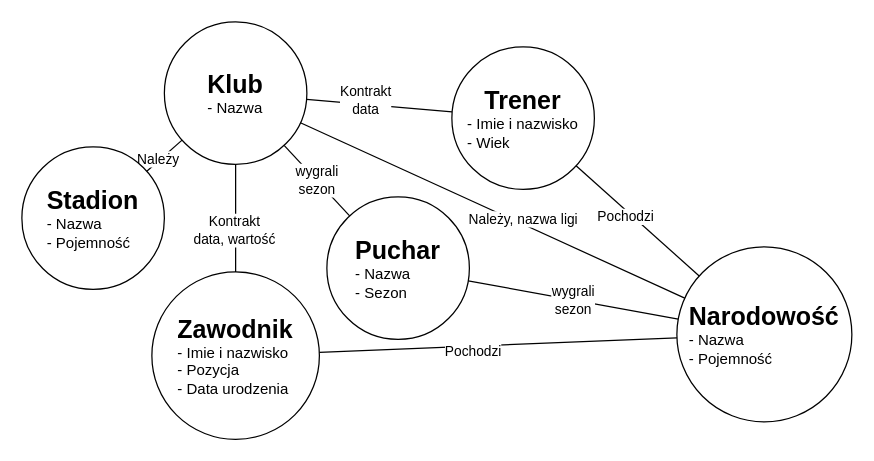
Before: Projekt_pikarski.drawio in albertmazur/scraper_club, a draw.io diagram. Source tidied: cells renumbered, new cells numbered last; positions are measured from the earlier drawing's top-left corner, leaving out a move shared by most shapes. Both pictures are drawn from the tidied source at 125%, with x=0, y=0 at pixel (21, 21).
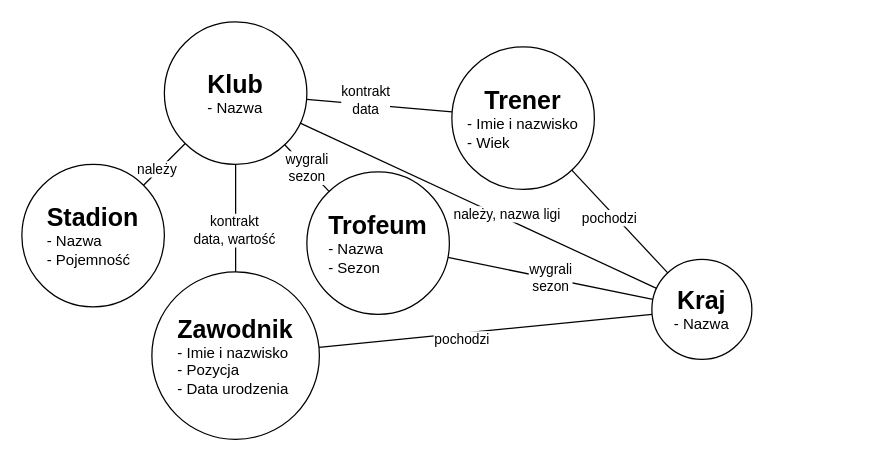
Above is the later version.

Commit message (it also covers changes not shown here):
Dodanie dokuemtacji i poprawki schematu

Unchanged cells that the change refers to:
```xml
<mxCell id="2" style="endArrow=none;html=1;rounded=0;" parent="1" edge="1" source="21" target="20">
  <mxGeometry relative="1" as="geometry" />
</mxCell>
<mxCell id="4" style="endArrow=none;html=1;rounded=0;" parent="1" edge="1" source="21" target="16">
  <mxGeometry relative="1" as="geometry" />
</mxCell>
<mxCell id="7" style="endArrow=none;html=1;rounded=0;" parent="1" edge="1" source="17" target="21">
  <mxGeometry relative="1" as="geometry" />
</mxCell>
<mxCell id="9" style="endArrow=none;html=1;rounded=0;" parent="1" edge="1" source="19" target="21">
  <mxGeometry relative="1" as="geometry" />
</mxCell>
<mxCell id="11" style="endArrow=none;html=1;rounded=0;" parent="1" edge="1" source="16" target="19">
  <mxGeometry relative="1" as="geometry" />
</mxCell>
<mxCell id="13" style="endArrow=none;html=1;rounded=0;" parent="1" edge="1" source="20" target="19">
  <mxGeometry relative="1" as="geometry" />
</mxCell>
```

Change to the diagram source:
```diff
@@
-    <mxCell id="3" value="Kontrakt&lt;br&gt;data" style="edgeLabel;html=1;align=center;verticalAlign=middle;" parent="2" vertex="1">
+    <mxCell id="3" value="kontrakt&lt;br&gt;data" style="edgeLabel;html=1;align=center;verticalAlign=middle;" parent="2" vertex="1">
       <mxGeometry x="-0.2" y="4" relative="1" as="geometry" />
     </mxCell>
@@
-    <mxCell id="5" value="Kontrakt&lt;br&gt;data, wartość" style="edgeLabel;html=1;align=center;verticalAlign=middle;" parent="4" vertex="1">
+    <mxCell id="5" value="kontrakt&lt;br&gt;data, wartość" style="edgeLabel;html=1;align=center;verticalAlign=middle;" parent="4" vertex="1">
       <mxGeometry x="0.2" y="-2" relative="1" as="geometry" />
     </mxCell>
@@
-    <mxCell id="8" value="Należy" style="edgeLabel;html=1;align=center;verticalAlign=middle;" parent="7" vertex="1">
+    <mxCell id="8" value="należy" style="edgeLabel;html=1;align=center;verticalAlign=middle;" parent="7" vertex="1">
       <mxGeometry x="-0.31" y="2" relative="1" as="geometry" />
     </mxCell>
@@
-    <mxCell id="10" value="Należy, nazwa ligi" style="edgeLabel;html=1;align=center;verticalAlign=middle;" parent="9" vertex="1">
+    <mxCell id="10" value="należy, nazwa ligi" style="edgeLabel;html=1;align=center;verticalAlign=middle;" parent="9" vertex="1">
       <mxGeometry x="-0.15" y="-4" relative="1" as="geometry" />
     </mxCell>
@@
-    <mxCell id="12" value="Pochodzi" style="edgeLabel;html=1;align=center;verticalAlign=middle;" parent="11" vertex="1">
+    <mxCell id="12" value="pochodzi" style="edgeLabel;html=1;align=center;verticalAlign=middle;" parent="11" vertex="1">
       <mxGeometry x="-0.15" y="-4" relative="1" as="geometry" />
     </mxCell>
@@
-    <mxCell id="14" value="Pochodzi" style="edgeLabel;html=1;align=center;verticalAlign=middle;" parent="13" vertex="1">
+    <mxCell id="14" value="pochodzi" style="edgeLabel;html=1;align=center;verticalAlign=middle;" parent="13" vertex="1">
       <mxGeometry x="-0.15" y="-4" relative="1" as="geometry" />
     </mxCell>
@@
     <mxCell id="17" value="&lt;b&gt;&lt;font style=&quot;font-size: 20px;&quot;&gt;Stadion&lt;/font&gt;&lt;/b&gt;&lt;br&gt;&lt;div style=&quot;text-align: left;&quot;&gt;&lt;span style=&quot;background-color: initial;&quot;&gt;- Nazwa&lt;/span&gt;&lt;/div&gt;&lt;div style=&quot;text-align: left;&quot;&gt;&lt;span style=&quot;background-color: initial;&quot;&gt;- Pojemność&lt;/span&gt;&lt;/div&gt;" style="ellipse;whiteSpace=wrap;html=1;align=center;" parent="1" vertex="1">
-      <mxGeometry y="100" width="114" height="114" as="geometry" />
+      <mxGeometry y="114" width="114" height="114" as="geometry" />
     </mxCell>
-    <mxCell id="18" value="&lt;b&gt;&lt;font style=&quot;font-size: 20px;&quot;&gt;Puchar&lt;/font&gt;&lt;/b&gt;&lt;br&gt;&lt;div style=&quot;text-align: left;&quot;&gt;&lt;span style=&quot;background-color: initial;&quot;&gt;- Nazwa&lt;/span&gt;&lt;/div&gt;&lt;div style=&quot;text-align: left;&quot;&gt;&lt;span style=&quot;background-color: initial;&quot;&gt;- Sezon&lt;/span&gt;&lt;/div&gt;" style="ellipse;whiteSpace=wrap;html=1;align=center;" parent="1" vertex="1">
-      <mxGeometry x="244" y="140" width="114" height="114" as="geometry" />
+    <mxCell id="18" value="&lt;font style=&quot;&quot;&gt;&lt;span style=&quot;font-size: 20px;&quot;&gt;&lt;b&gt;Trofeum&lt;/b&gt;&lt;/span&gt;&lt;/font&gt;&lt;br&gt;&lt;div style=&quot;text-align: left;&quot;&gt;&lt;span style=&quot;background-color: initial;&quot;&gt;- Nazwa&lt;/span&gt;&lt;/div&gt;&lt;div style=&quot;text-align: left;&quot;&gt;&lt;span style=&quot;background-color: initial;&quot;&gt;- Sezon&lt;/span&gt;&lt;/div&gt;" style="ellipse;whiteSpace=wrap;html=1;align=center;" parent="1" vertex="1">
+      <mxGeometry x="228" y="120" width="114" height="114" as="geometry" />
     </mxCell>
-    <mxCell id="19" value="&lt;span style=&quot;font-size: 20px;&quot;&gt;&lt;b&gt;Narodowość&lt;/b&gt;&lt;/span&gt;&lt;br&gt;&lt;div style=&quot;text-align: left;&quot;&gt;&lt;span style=&quot;background-color: initial;&quot;&gt;- Nazwa&lt;/span&gt;&lt;/div&gt;&lt;div style=&quot;text-align: left;&quot;&gt;&lt;span style=&quot;background-color: initial;&quot;&gt;- Pojemność&lt;/span&gt;&lt;/div&gt;" style="ellipse;whiteSpace=wrap;html=1;align=center;" parent="1" vertex="1">
-      <mxGeometry x="524" y="180" width="140" height="140" as="geometry" />
+    <mxCell id="19" value="&lt;span style=&quot;font-size: 20px;&quot;&gt;&lt;b&gt;Kraj&lt;/b&gt;&lt;/span&gt;&lt;br&gt;&lt;div style=&quot;text-align: left;&quot;&gt;&lt;span style=&quot;background-color: initial;&quot;&gt;- Nazwa&lt;/span&gt;&lt;/div&gt;" style="ellipse;whiteSpace=wrap;html=1;align=center;" parent="1" vertex="1">
+      <mxGeometry x="504" y="190" width="80" height="80" as="geometry" />
     </mxCell>
```
